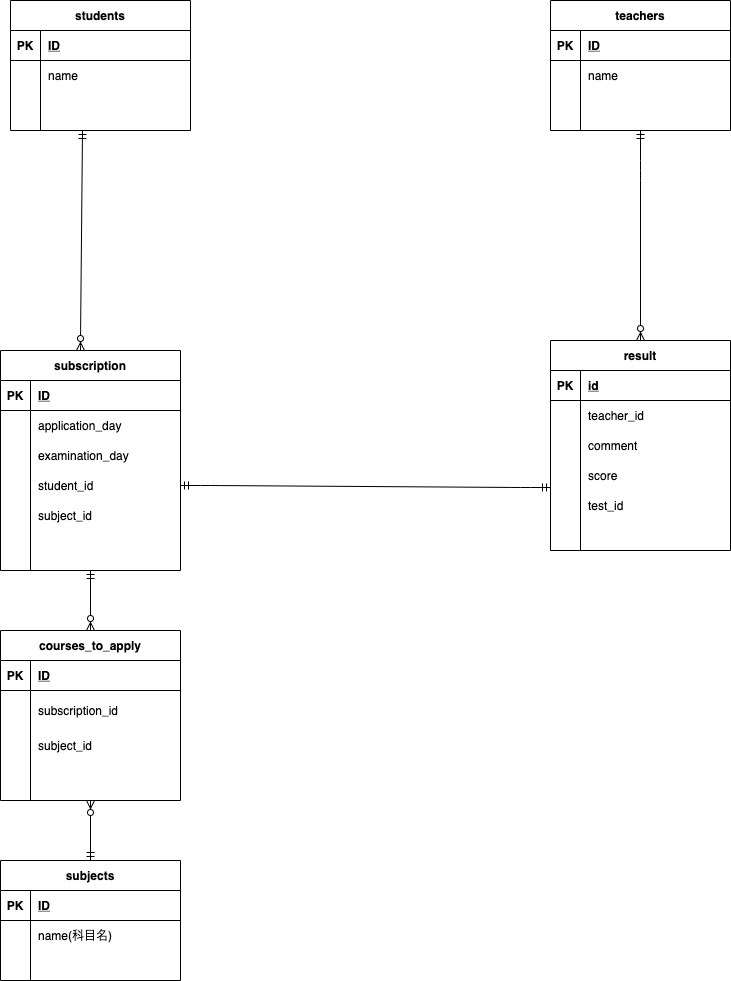
Earlier version of the draw.io export index.drawio.png (mkiim/ERD). Source tidied: cells renumbered, new cells last; positions are measured from the earlier drawing's top-left corner, leaving out a move shared by most shapes.
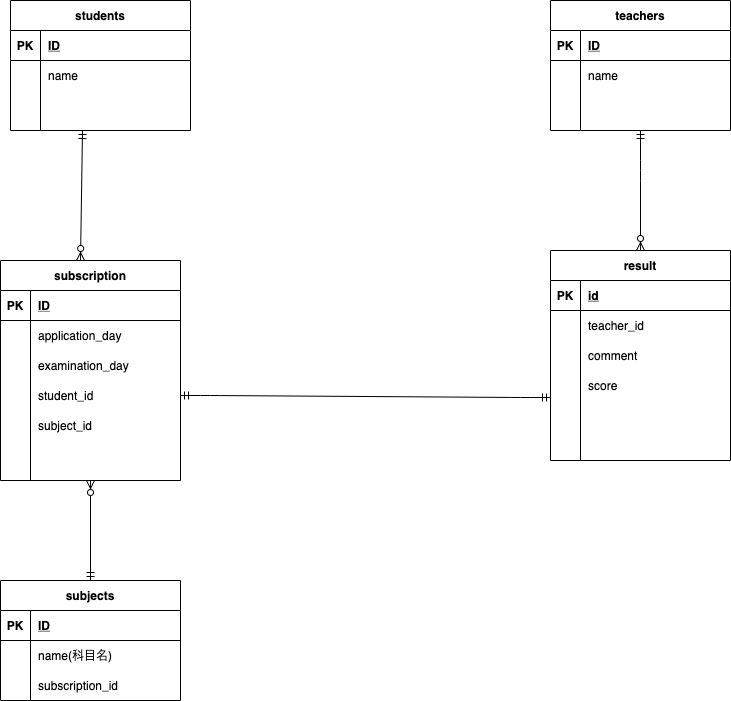
The same file after the commit.

Diff of the diagram source:
```diff
@@ -63,7 +63,7 @@
       <mxGeometry x="30" width="150" height="30" as="geometry" />
     </mxCell>
     <mxCell id="22" value="result" style="shape=table;startSize=30;rowLines=0;fontStyle=1;align=center;" parent="1" vertex="1">
-      <mxGeometry x="550" y="340" width="180" height="210" as="geometry" />
+      <mxGeometry x="550" y="250" width="180" height="210" as="geometry" />
     </mxCell>
     <mxCell id="23" style="shape=partialRectangle;fillColor=none;top=0;left=0;bottom=1;right=0;" parent="22" vertex="1">
       <mxGeometry y="30" width="180" height="30" as="geometry" />
@@ -107,11 +107,11 @@
     <mxCell id="36" style="shape=partialRectangle;fillColor=none;top=0;left=0;bottom=0;right=0;overflow=hidden;" parent="35" vertex="1">
       <mxGeometry width="30" height="30" as="geometry" />
     </mxCell>
-    <mxCell id="37" value="test_id" style="shape=partialRectangle;fillColor=none;top=0;left=0;bottom=0;right=0;align=left;spacingLeft=6;overflow=hidden;" parent="35" vertex="1">
+    <mxCell id="37" style="shape=partialRectangle;fillColor=none;top=0;left=0;bottom=0;right=0;align=left;spacingLeft=6;overflow=hidden;" parent="35" vertex="1">
       <mxGeometry x="30" width="150" height="30" as="geometry" />
     </mxCell>
     <mxCell id="38" value="subjects" style="shape=table;startSize=30;rowLines=0;fontStyle=1;align=center;" parent="1" vertex="1">
-      <mxGeometry y="860" width="180" height="120" as="geometry" />
+      <mxGeometry y="580" width="180" height="120" as="geometry" />
     </mxCell>
     <mxCell id="39" style="shape=partialRectangle;fillColor=none;top=0;left=0;bottom=1;right=0;" parent="38" vertex="1">
       <mxGeometry y="30" width="180" height="30" as="geometry" />
@@ -137,13 +137,15 @@
     <mxCell id="46" style="shape=partialRectangle;fillColor=none;top=0;left=0;bottom=0;right=0;overflow=hidden;" parent="45" vertex="1">
       <mxGeometry width="30" height="30" as="geometry" />
     </mxCell>
-    <mxCell id="47" style="shape=partialRectangle;fillColor=none;top=0;left=0;bottom=0;right=0;align=left;spacingLeft=6;overflow=hidden;" parent="45" vertex="1">
+    <mxCell id="47" value="subscription_id" style="shape=partialRectangle;fillColor=none;top=0;left=0;bottom=0;right=0;align=left;spacingLeft=6;overflow=hidden;" parent="45" vertex="1">
       <mxGeometry x="30" width="150" height="30" as="geometry" />
     </mxCell>
-    <mxCell id="48" style="fontSize=12;html=1;endArrow=ERzeroToMany;startArrow=ERmandOne;entryX=0.5;entryY=0;entryDx=0;entryDy=0;exitX=0.5;exitY=1;exitDx=0;exitDy=0;" parent="1" edge="1" source="12" target="22">
+    <mxCell id="48" style="fontSize=12;html=1;endArrow=ERzeroToMany;startArrow=ERmandOne;exitX=0.5;exitY=1;exitDx=0;exitDy=0;" parent="1" edge="1" source="12">
       <mxGeometry relative="1" as="geometry">
+        <mxPoint x="640" y="250" as="targetPoint" />
         <Array as="points">
           <mxPoint x="640" y="170" />
+          <mxPoint x="640" y="250" />
         </Array>
       </mxGeometry>
     </mxCell>
@@ -151,7 +153,7 @@
       <mxGeometry relative="1" as="geometry" />
     </mxCell>
     <mxCell id="50" value="subscription" style="shape=table;startSize=30;rowLines=0;fontStyle=1;align=center;" parent="1" vertex="1">
-      <mxGeometry y="350" width="180" height="220" as="geometry" />
+      <mxGeometry y="260" width="180" height="220" as="geometry" />
     </mxCell>
     <mxCell id="51" style="shape=partialRectangle;fillColor=none;top=0;left=0;bottom=1;right=0;" parent="50" vertex="1">
       <mxGeometry y="30" width="180" height="30" as="geometry" />
@@ -201,57 +203,12 @@
     <mxCell id="66" style="fontSize=12;html=1;endArrow=ERzeroToMany;startArrow=ERmandOne;" parent="1" edge="1">
       <mxGeometry relative="1" as="geometry">
         <mxPoint x="82" y="130" as="sourcePoint" />
-        <mxPoint x="80" y="350" as="targetPoint" />
-        <Array as="points">
-          <mxPoint x="80" y="340" />
-        </Array>
+        <mxPoint x="80" y="260" as="targetPoint" />
       </mxGeometry>
     </mxCell>
-    <mxCell id="67" value="courses_to_apply" style="shape=table;startSize=30;rowLines=0;fontStyle=1;align=center;" parent="1" vertex="1">
-      <mxGeometry y="630" width="180" height="170" as="geometry" />
-    </mxCell>
-    <mxCell id="68" style="shape=partialRectangle;fillColor=none;top=0;left=0;bottom=1;right=0;" parent="67" vertex="1">
-      <mxGeometry y="30" width="180" height="30" as="geometry" />
-    </mxCell>
-    <mxCell id="69" value="PK" style="shape=partialRectangle;fillColor=none;top=0;left=0;bottom=0;right=0;fontStyle=1;overflow=hidden;" parent="68" vertex="1">
-      <mxGeometry width="30" height="30" as="geometry" />
-    </mxCell>
-    <mxCell id="70" value="ID" style="shape=partialRectangle;fillColor=none;top=0;left=0;bottom=0;right=0;align=left;spacingLeft=6;fontStyle=5;overflow=hidden;" parent="68" vertex="1">
-      <mxGeometry x="30" width="150" height="30" as="geometry" />
-    </mxCell>
-    <mxCell id="71" style="shape=partialRectangle;fillColor=none;top=0;left=0;bottom=0;right=0;" parent="67" vertex="1">
-      <mxGeometry y="60" width="180" height="40" as="geometry" />
-    </mxCell>
-    <mxCell id="72" style="shape=partialRectangle;fillColor=none;top=0;left=0;bottom=0;right=0;overflow=hidden;" parent="71" vertex="1">
-      <mxGeometry width="30" height="40" as="geometry" />
-    </mxCell>
-    <mxCell id="73" value="subscription_id" style="shape=partialRectangle;fillColor=none;top=0;left=0;bottom=0;right=0;align=left;spacingLeft=6;overflow=hidden;" parent="71" vertex="1">
-      <mxGeometry x="30" width="150" height="40" as="geometry" />
-    </mxCell>
-    <mxCell id="74" style="shape=partialRectangle;fillColor=none;top=0;left=0;bottom=0;right=0;" parent="67" vertex="1">
-      <mxGeometry y="100" width="180" height="30" as="geometry" />
-    </mxCell>
-    <mxCell id="75" style="shape=partialRectangle;fillColor=none;top=0;left=0;bottom=0;right=0;overflow=hidden;" parent="74" vertex="1">
-      <mxGeometry width="30" height="30" as="geometry" />
-    </mxCell>
-    <mxCell id="76" value="subject_id" style="shape=partialRectangle;fillColor=none;top=0;left=0;bottom=0;right=0;align=left;spacingLeft=6;overflow=hidden;" parent="74" vertex="1">
-      <mxGeometry x="30" width="150" height="30" as="geometry" />
-    </mxCell>
-    <mxCell id="77" style="shape=partialRectangle;fillColor=none;top=0;left=0;bottom=0;right=0;" parent="67" vertex="1">
-      <mxGeometry y="130" width="180" height="30" as="geometry" />
-    </mxCell>
-    <mxCell id="78" style="shape=partialRectangle;fillColor=none;top=0;left=0;bottom=0;right=0;overflow=hidden;" parent="77" vertex="1">
-      <mxGeometry width="30" height="30" as="geometry" />
-    </mxCell>
-    <mxCell id="79" style="shape=partialRectangle;fillColor=none;top=0;left=0;bottom=0;right=0;align=left;spacingLeft=6;overflow=hidden;" parent="77" vertex="1">
-      <mxGeometry x="30" width="150" height="30" as="geometry" />
-    </mxCell>
-    <mxCell id="80" style="fontSize=12;html=1;endArrow=ERzeroToMany;startArrow=ERmandOne;exitX=0.5;exitY=1;exitDx=0;exitDy=0;entryX=0.5;entryY=0;entryDx=0;entryDy=0;" parent="1" edge="1" source="50" target="67">
-      <mxGeometry relative="1" as="geometry" />
-    </mxCell>
-    <mxCell id="81" style="fontSize=12;html=1;endArrow=ERzeroToMany;startArrow=ERmandOne;exitX=0.5;exitY=0;exitDx=0;exitDy=0;" parent="1" edge="1" source="38">
+    <mxCell id="81" style="fontSize=12;html=1;endArrow=ERzeroToMany;startArrow=ERmandOne;entryX=0.5;entryY=1;entryDx=0;entryDy=0;" parent="1" edge="1" target="50">
       <mxGeometry relative="1" as="geometry">
-        <mxPoint x="90" y="800" as="targetPoint" />
+        <mxPoint x="90" y="580" as="sourcePoint" />
       </mxGeometry>
     </mxCell>
   </root>
```
